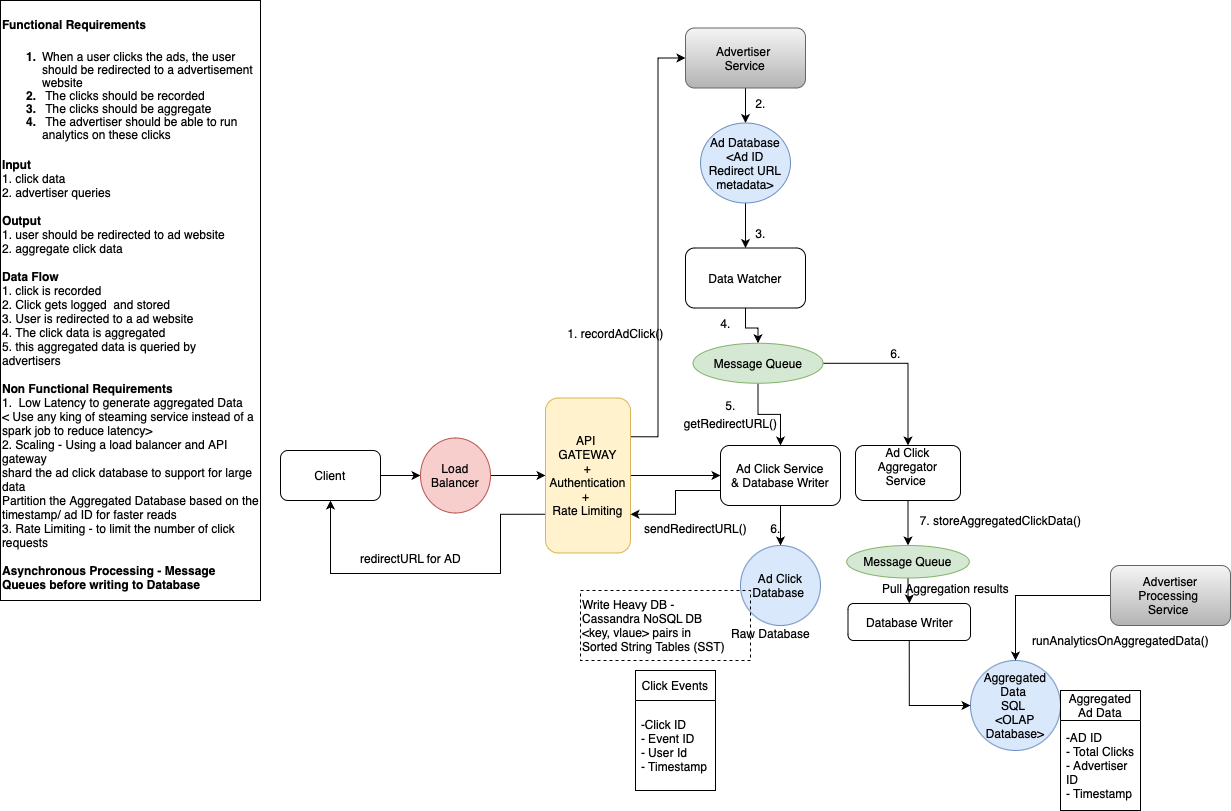
The draw.io diagram Designs/HLD/Design Ad Click Aggregator Deep Dive.drawio.png in chetana-c/SystemDesign, before a commit. Source tidied: cells renumbered, new cells last; positions are measured from the earlier drawing's top-left corner, leaving out a move shared by most shapes.
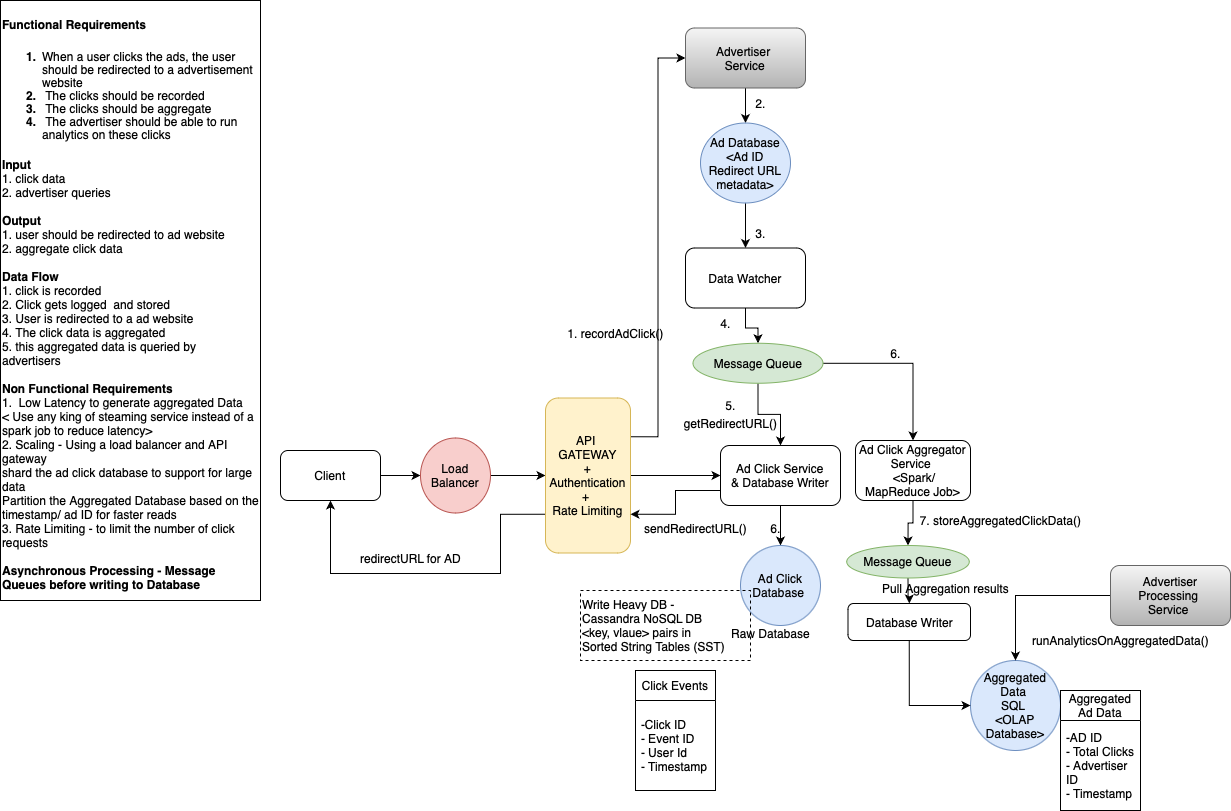
The same file after the commit.

Diff of the diagram source:
```diff
@@ -62,8 +62,8 @@
     <mxCell id="19" style="edgeStyle=orthogonalEdgeStyle;rounded=0;jettySize=auto;html=1;" parent="1" edge="1" source="20" target="47">
       <mxGeometry relative="1" as="geometry" />
     </mxCell>
-    <mxCell id="20" value="Ad Click Aggregator Service&amp;nbsp;&lt;div&gt;&amp;nbsp;&lt;/div&gt;" style="whiteSpace=wrap;html=1;rounded=1;" parent="1" vertex="1">
-      <mxGeometry x="855" y="445" width="105" height="55" as="geometry" />
+    <mxCell id="20" value="Ad Click Aggregator Service&amp;nbsp;&lt;div&gt;&amp;nbsp;&amp;lt;Spark/ MapReduce Job&amp;gt;&lt;/div&gt;" style="whiteSpace=wrap;html=1;rounded=1;" parent="1" vertex="1">
+      <mxGeometry x="855" y="440" width="115" height="60" as="geometry" />
     </mxCell>
     <mxCell id="21" value="Aggregated Data&amp;nbsp;&lt;div&gt;SQL&amp;nbsp;&lt;br&gt;&lt;div&gt;&amp;lt;OLAP Database&amp;gt;&lt;/div&gt;&lt;/div&gt;" style="ellipse;whiteSpace=wrap;html=1;rounded=1;fillColor=#dae8fc;strokeColor=#6c8ebf;" parent="1" vertex="1">
       <mxGeometry x="970" y="660" width="90" height="90" as="geometry" />
```
